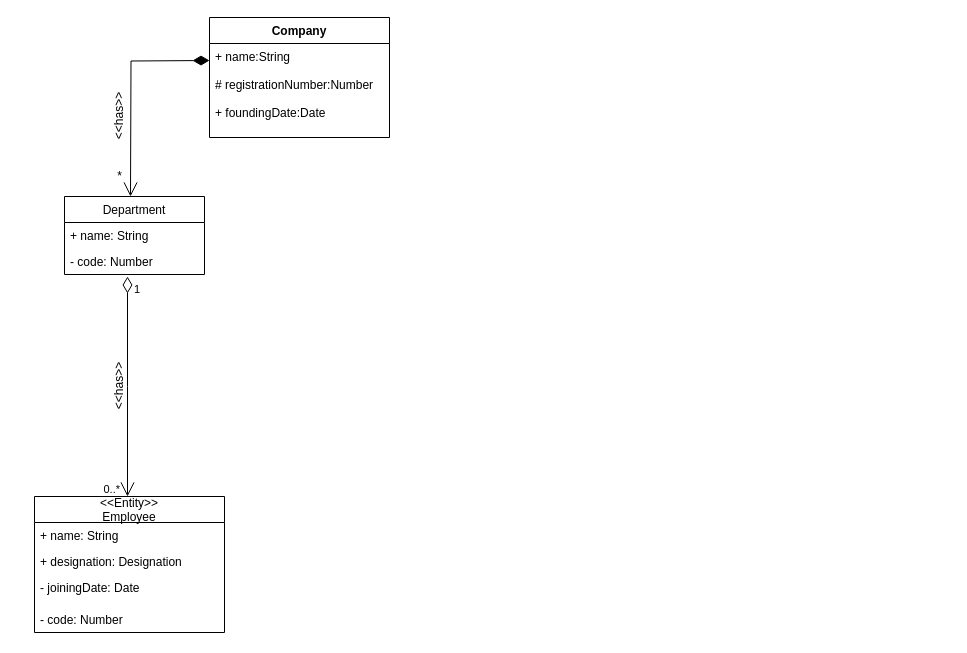
This is Assignment6/Company Diagram.drawio from manuRmgx/superwings, a draw.io file, before an edit. Source tidied: cells renumbered, new cells numbered last; positions are measured from the earlier drawing's top-left corner, leaving out a move shared by most shapes. Both pictures are drawn from the tidied source at 100%, with x=0, y=0 at pixel (34, 17).
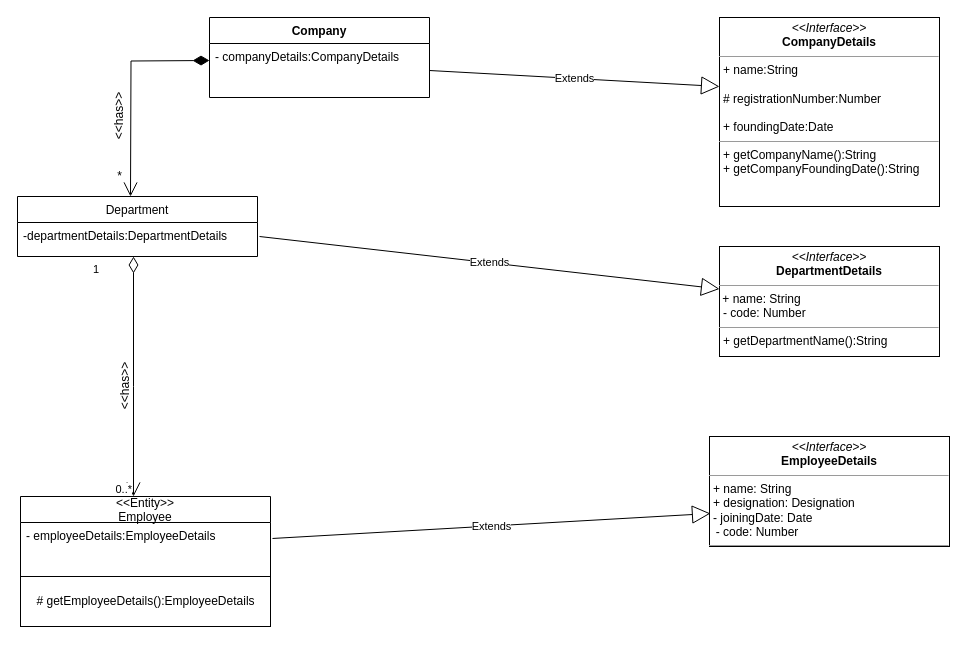
Above is the later version.

The edit, as a diff of the source:
```diff
@@
     <mxCell id="2" value="Company" style="swimlane;fontStyle=1;align=center;verticalAlign=top;horizontal=1;startSize=26;" parent="1" vertex="1">
-      <mxGeometry x="175" width="180" height="120" as="geometry" />
+      <mxGeometry x="175" width="220" height="80" as="geometry" />
     </mxCell>
-    <mxCell id="3" value="+ name:String&#10;&#10;# registrationNumber:Number&#10;&#10;+ foundingDate:Date" style="text;strokeColor=none;fillColor=none;align=left;verticalAlign=top;spacingLeft=4;spacingRight=4;overflow=hidden;points=[[0,0.5],[1,0.5]];portConstraint=eastwest;" parent="2" vertex="1">
-      <mxGeometry y="26" width="180" height="94" as="geometry" />
+    <mxCell id="3" value="- companyDetails:CompanyDetails&#10;&#10;" style="text;strokeColor=none;fillColor=none;align=left;verticalAlign=top;spacingLeft=4;spacingRight=4;overflow=hidden;points=[[0,0.5],[1,0.5]];portConstraint=eastwest;" parent="2" vertex="1">
+      <mxGeometry y="26" width="220" height="54" as="geometry" />
     </mxCell>
@@
     <mxCell id="7" value="Department" style="swimlane;fontStyle=0;horizontal=1;startSize=26;fillColor=none;" parent="1" vertex="1">
-      <mxGeometry x="30" y="179" width="140" height="78" as="geometry" />
+      <mxGeometry x="-17" y="179" width="240" height="60" as="geometry" />
     </mxCell>
-    <mxCell id="8" value="+ name: String" style="text;strokeColor=none;fillColor=none;align=left;verticalAlign=top;spacingLeft=4;spacingRight=4;overflow=hidden;" parent="7" vertex="1">
-      <mxGeometry y="26" width="140" height="26" as="geometry" />
+    <mxCell id="8" value="-departmentDetails:DepartmentDetails" style="text;strokeColor=none;fillColor=none;align=left;verticalAlign=top;spacingLeft=4;spacingRight=4;overflow=hidden;" parent="7" vertex="1">
+      <mxGeometry y="26" width="240" height="34" as="geometry" />
     </mxCell>
-    <mxCell id="9" value="- code: Number" style="text;strokeColor=none;fillColor=none;align=left;verticalAlign=top;spacingLeft=4;spacingRight=4;overflow=hidden;" parent="7" vertex="1">
-      <mxGeometry y="52" width="140" height="26" as="geometry" />
-    </mxCell>
     <mxCell id="10" style="endArrow=open;html=1;endSize=12;startArrow=diamondThin;startSize=14;startFill=0;edgeStyle=orthogonalEdgeStyle;rounded=0;" parent="1" edge="1">
       <mxGeometry y="22" relative="1" as="geometry">
-        <mxPoint x="93" y="259" as="sourcePoint" />
-        <mxPoint x="93" y="479" as="targetPoint" />
+        <mxPoint x="99" y="239" as="sourcePoint" />
+        <mxPoint x="99" y="479" as="targetPoint" />
         <Array as="points">
-          <mxPoint x="93" y="369" />
-          <mxPoint x="93" y="369" />
+          <mxPoint x="99" y="369" />
+          <mxPoint x="99" y="369" />
         </Array>
       </mxGeometry>
     </mxCell>
     <mxCell id="11" value="1" style="edgeLabel;html=1;align=left;verticalAlign=top;" parent="10" vertex="1">
       <mxGeometry x="-1" relative="1" as="geometry">
-        <mxPoint x="5" as="offset" />
+        <mxPoint x="-42" as="offset" />
       </mxGeometry>
     </mxCell>
     <mxCell id="12" value="0..*" style="edgeLabel;html=1;align=right;verticalAlign=top;" parent="10" vertex="1">
       <mxGeometry x="1" relative="1" as="geometry">
-        <mxPoint x="-7" y="-20" as="offset" />
+        <mxPoint x="-1" y="-20" as="offset" />
       </mxGeometry>
     </mxCell>
     <mxCell id="13" value="&amp;lt;&amp;lt;has&amp;gt;&amp;gt;" style="text;html=1;align=center;verticalAlign=middle;strokeColor=none;fillColor=none;rotation=270;" parent="1" vertex="1">
-      <mxGeometry x="55" y="359" width="60" height="20" as="geometry" />
+      <mxGeometry x="61" y="359" width="60" height="20" as="geometry" />
     </mxCell>
     <mxCell id="14" value="&lt;&lt;Entity&gt;&gt;&#10;Employee" style="swimlane;fontStyle=0;horizontal=1;startSize=26;fillColor=none;" parent="1" vertex="1">
-      <mxGeometry y="479" width="190" height="136" as="geometry" />
+      <mxGeometry x="-14" y="479" width="250" height="130" as="geometry" />
     </mxCell>
-    <mxCell id="15" value="+ name: String" style="text;strokeColor=none;fillColor=none;align=left;verticalAlign=top;spacingLeft=4;spacingRight=4;overflow=hidden;points=[[0,0.5],[1,0.5]];portConstraint=eastwest;" parent="14" vertex="1">
-      <mxGeometry y="26" width="190" height="26" as="geometry" />
+    <mxCell id="15" value="- employeeDetails:EmployeeDetails" style="text;strokeColor=none;fillColor=none;align=left;verticalAlign=top;spacingLeft=4;spacingRight=4;overflow=hidden;points=[[0,0.5],[1,0.5]];portConstraint=eastwest;" parent="14" vertex="1">
+      <mxGeometry y="26" width="250" height="54" as="geometry" />
     </mxCell>
-    <mxCell id="16" value="+ designation: Designation" style="text;strokeColor=none;fillColor=none;align=left;verticalAlign=top;spacingLeft=4;spacingRight=4;overflow=hidden;" parent="14" vertex="1">
-      <mxGeometry y="52" width="190" height="26" as="geometry" />
-    </mxCell>
-    <mxCell id="17" value="- joiningDate: Date&#10;" style="text;strokeColor=none;fillColor=none;align=left;verticalAlign=top;spacingLeft=4;spacingRight=4;overflow=hidden;" parent="14" vertex="1">
-      <mxGeometry y="78" width="190" height="32" as="geometry" />
-    </mxCell>
-    <mxCell id="18" value="- code: Number" style="text;strokeColor=none;fillColor=none;align=left;verticalAlign=top;spacingLeft=4;spacingRight=4;overflow=hidden;" parent="14" vertex="1">
-      <mxGeometry y="110" width="190" height="26" as="geometry" />
-    </mxCell>
+    <mxCell id="19" value="&lt;span style=&quot;text-align: left&quot;&gt;# getEmployeeDetails():EmployeeDetails&lt;/span&gt;" style="html=1;" parent="14" vertex="1">
+      <mxGeometry y="80" width="250" height="50" as="geometry" />
+    </mxCell>
+    <mxCell id="20" value="&lt;p style=&quot;margin: 0px ; margin-top: 4px ; text-align: center&quot;&gt;&lt;i&gt;&amp;lt;&amp;lt;Interface&amp;gt;&amp;gt;&lt;/i&gt;&lt;br&gt;&lt;b&gt;CompanyDetails&lt;/b&gt;&lt;/p&gt;&lt;hr size=&quot;1&quot;&gt;&lt;p style=&quot;margin: 0px ; margin-left: 4px&quot;&gt;+ name:String&lt;br style=&quot;padding: 0px ; margin: 0px&quot;&gt;&lt;br style=&quot;padding: 0px ; margin: 0px&quot;&gt;# registrationNumber:Number&lt;br style=&quot;padding: 0px ; margin: 0px&quot;&gt;&lt;br style=&quot;padding: 0px ; margin: 0px&quot;&gt;+ foundingDate:Date&lt;br&gt;&lt;/p&gt;&lt;hr size=&quot;1&quot;&gt;&lt;p style=&quot;margin: 0px ; margin-left: 4px&quot;&gt;+ getCompanyName():String&lt;/p&gt;&lt;p style=&quot;margin: 0px ; margin-left: 4px&quot;&gt;+ getCompanyFoundingDate():String&lt;/p&gt;&lt;p style=&quot;margin: 0px ; margin-left: 4px&quot;&gt;&lt;br&gt;&lt;/p&gt;" style="verticalAlign=top;align=left;overflow=fill;fontSize=12;fontFamily=Helvetica;html=1;" parent="1" vertex="1">
+      <mxGeometry x="685" width="220" height="189" as="geometry" />
+    </mxCell>
+    <mxCell id="21" value="Extends" style="endArrow=block;endSize=16;endFill=0;html=1;rounded=0;exitX=1;exitY=0.5;exitDx=0;exitDy=0;" parent="1" edge="1" source="3">
+      <mxGeometry relative="1" as="geometry">
+        <mxPoint x="685" y="69" as="targetPoint" />
+      </mxGeometry>
+    </mxCell>
+    <mxCell id="22" value="Extends" style="endArrow=block;endSize=16;endFill=0;html=1;rounded=0;" parent="1" edge="1" target="23">
+      <mxGeometry relative="1" as="geometry">
+        <mxPoint x="225" y="219" as="sourcePoint" />
+      </mxGeometry>
+    </mxCell>
+    <mxCell id="23" value="&lt;p style=&quot;margin: 0px ; margin-top: 4px ; text-align: center&quot;&gt;&lt;i&gt;&amp;lt;&amp;lt;Interface&amp;gt;&amp;gt;&lt;/i&gt;&lt;br&gt;&lt;b&gt;DepartmentDetails&lt;/b&gt;&lt;/p&gt;&lt;hr size=&quot;1&quot;&gt;&amp;nbsp;+ name: String&lt;p style=&quot;margin: 0px ; margin-left: 4px&quot;&gt;- code: Number&lt;br&gt;&lt;/p&gt;&lt;hr size=&quot;1&quot;&gt;&lt;p style=&quot;margin: 0px ; margin-left: 4px&quot;&gt;+ getDepartmentName():String&lt;br&gt;&amp;nbsp;&lt;/p&gt;" style="verticalAlign=top;align=left;overflow=fill;fontSize=12;fontFamily=Helvetica;html=1;" parent="1" vertex="1">
+      <mxGeometry x="685" y="229" width="220" height="110" as="geometry" />
+    </mxCell>
+    <mxCell id="24" value="&lt;p style=&quot;margin: 0px ; margin-top: 4px ; text-align: center&quot;&gt;&lt;i&gt;&amp;lt;&amp;lt;Interface&amp;gt;&amp;gt;&lt;/i&gt;&lt;br&gt;&lt;b&gt;EmployeeDetails&lt;/b&gt;&lt;/p&gt;&lt;hr size=&quot;1&quot;&gt;&lt;p style=&quot;margin: 0px ; margin-left: 4px&quot;&gt;+ name: String&lt;br&gt;+ designation: Designation&lt;br&gt;&lt;/p&gt;&lt;p style=&quot;margin: 0px ; margin-left: 4px&quot;&gt;- joiningDate: Date&lt;/p&gt;&lt;div style=&quot;padding: 0px ; margin: 0px&quot;&gt;&amp;nbsp; - code: Number&lt;br style=&quot;padding: 0px ; margin: 0px&quot;&gt;&lt;/div&gt;&lt;hr size=&quot;1&quot;&gt;&lt;p style=&quot;margin: 0px ; margin-left: 4px&quot;&gt;&lt;br&gt;&lt;/p&gt;" style="verticalAlign=top;align=left;overflow=fill;fontSize=12;fontFamily=Helvetica;html=1;" parent="1" vertex="1">
+      <mxGeometry x="675" y="419" width="240" height="110" as="geometry" />
+    </mxCell>
+    <mxCell id="25" value="Extends" style="endArrow=block;endSize=16;endFill=0;html=1;rounded=0;entryX=0.004;entryY=0.7;entryDx=0;entryDy=0;entryPerimeter=0;exitX=1.008;exitY=0.296;exitDx=0;exitDy=0;exitPerimeter=0;" parent="1" edge="1" source="15" target="24">
+      <mxGeometry relative="1" as="geometry" />
+    </mxCell>
```
